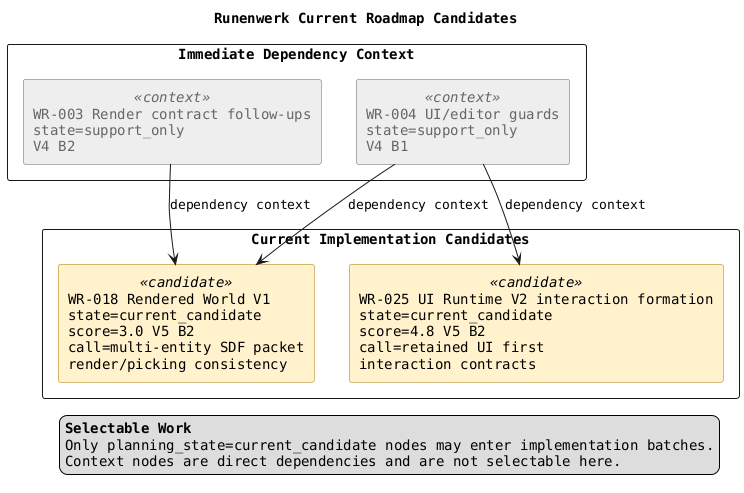
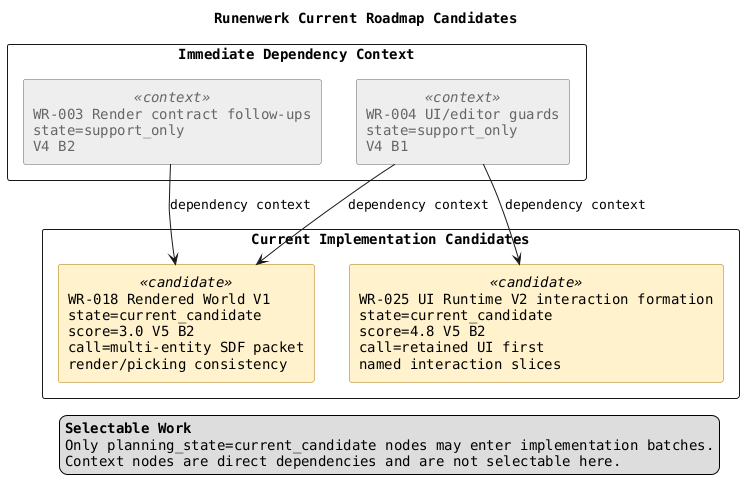
@startuml
title Runenwerk Current Roadmap Candidates

top to bottom direction
skinparam componentStyle rectangle
skinparam shadowing false
skinparam packageStyle rectangle
skinparam defaultFontName Monospaced

skinparam component {
  BackgroundColor<<candidate>> #FFF2CC
  BorderColor<<candidate>> #AA7700
  BackgroundColor<<context>> #EEEEEE
  BorderColor<<context>> #666666
  FontColor<<context>> #666666
}

legend right
  <b>Selectable Work</b>
  Only planning_state=current_candidate nodes may enter implementation batches.
  Context nodes are direct dependencies and are not selectable here.
endlegend

package "Immediate Dependency Context" {
  component "WR-003 Render contract follow-ups\nstate=support_only\nV4 B2" as RENDER <<context>>

  component "WR-004 UI/editor guards\nstate=support_only\nV4 B1" as UIGUARDS <<context>>

}

package "Current Implementation Candidates" {
  component "WR-018 Rendered World V1\nstate=current_candidate\nscore=3.0 V5 B2\ncall=multi-entity SDF packet\nrender/picking consistency" as RENDERWORLD <<candidate>>

-   component "WR-025 UI Runtime V2 interaction formation\nstate=current_candidate\nscore=4.8 V5 B2\ncall=retained UI first\ninteraction contracts" as UIV2 <<candidate>>
+   component "WR-025 UI Runtime V2 interaction formation\nstate=current_candidate\nscore=4.8 V5 B2\ncall=retained UI first\nnamed interaction slices" as UIV2 <<candidate>>

}

RENDER -down-> RENDERWORLD : dependency context
UIGUARDS -down-> RENDERWORLD : dependency context
UIGUARDS -down-> UIV2 : dependency context

@enduml
